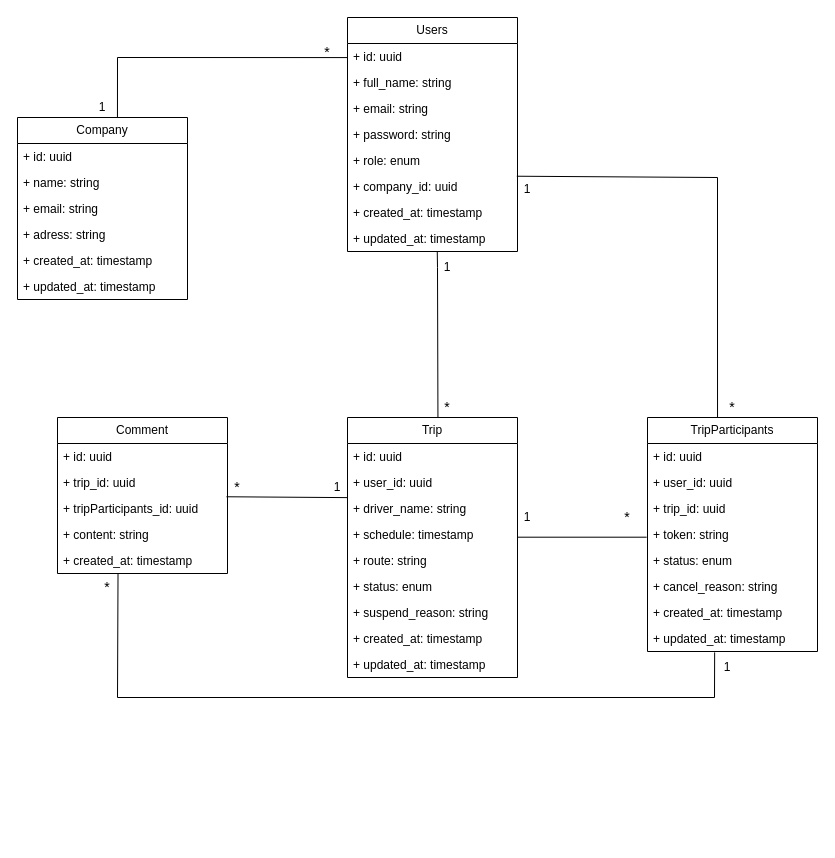
This is carpooling_management_application/carpooling_management_application.drawio from adoumasseo/UML-Modeling, a draw.io file, before an edit. Source tidied: cells renumbered, new cells numbered last; positions are measured from the earlier drawing's top-left corner, leaving out a move shared by most shapes. Both pictures are drawn from the tidied source at 100%, with x=0, y=0 at pixel (17, 17).
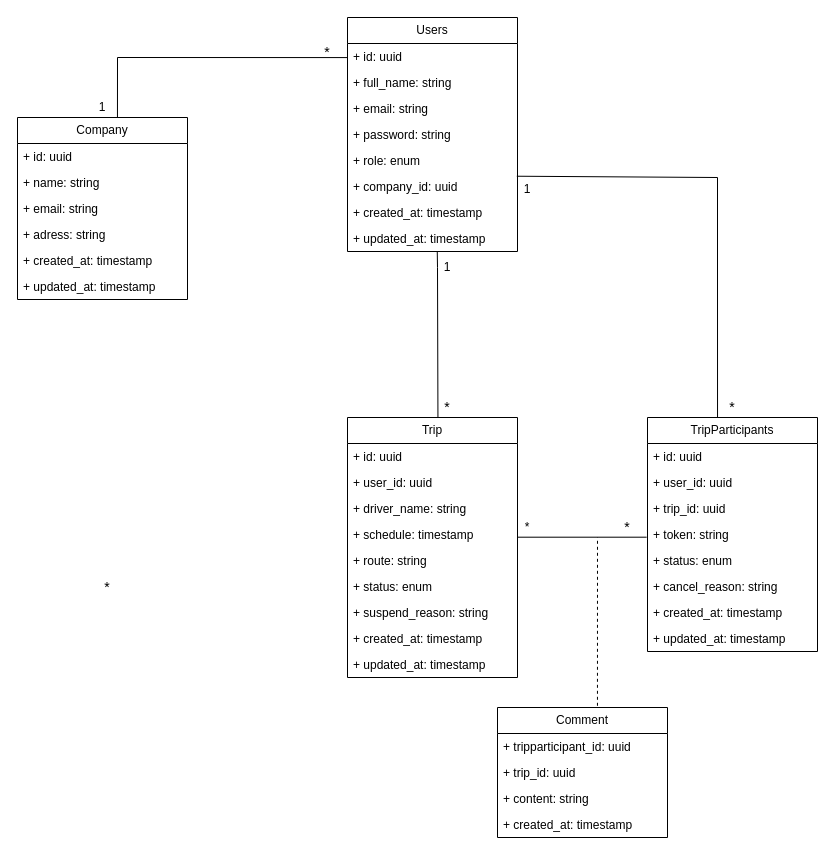
After the change.

Commit message:
Mettre à jour carpooling_management_application.drawio

Unchanged cells that the change refers to:
```xml
<mxCell id="24" value="+&amp;nbsp;driver_name: string" style="text;strokeColor=none;fillColor=none;align=left;verticalAlign=top;spacingLeft=4;spacingRight=4;overflow=hidden;points=[[0,0.5],[1,0.5]];portConstraint=eastwest;whiteSpace=wrap;html=1;" parent="21" vertex="1">
  <mxGeometry y="78" width="170" height="26" as="geometry" />
</mxCell>
<mxCell id="42" value="+ updated_at: timestamp" style="text;strokeColor=none;fillColor=none;align=left;verticalAlign=top;spacingLeft=4;spacingRight=4;overflow=hidden;points=[[0,0.5],[1,0.5]];portConstraint=eastwest;whiteSpace=wrap;html=1;" parent="34" vertex="1">
  <mxGeometry y="208" width="170" height="26" as="geometry" />
</mxCell>
```

Diff of the diagram source:
```diff
@@
-    <mxCell id="44" value="1" style="text;html=1;align=center;verticalAlign=middle;whiteSpace=wrap;rounded=0;" parent="1" vertex="1">
-      <mxGeometry x="500" y="490" width="20" height="20" as="geometry" />
+    <mxCell id="44" value="*" style="text;html=1;align=center;verticalAlign=middle;whiteSpace=wrap;rounded=0;" parent="1" vertex="1">
+      <mxGeometry x="500" y="500" width="20" height="20" as="geometry" />
     </mxCell>
     <mxCell id="45" value="&lt;font style=&quot;font-size: 14px;&quot;&gt;*&lt;/font&gt;" style="text;html=1;align=center;verticalAlign=middle;whiteSpace=wrap;rounded=0;" parent="1" vertex="1">
-      <mxGeometry x="600" y="490" width="20" height="20" as="geometry" />
+      <mxGeometry x="600" y="500" width="20" height="20" as="geometry" />
     </mxCell>
@@
     <mxCell id="49" value="Comment" style="swimlane;fontStyle=0;horizontal=1;startSize=26;fillColor=none;whiteSpace=wrap;html=1;" parent="1" vertex="1">
-      <mxGeometry x="40" y="400" width="170" height="156" as="geometry" />
+      <mxGeometry x="480" y="690" width="170" height="130" as="geometry" />
     </mxCell>
-    <mxCell id="50" value="+ id: uuid" style="text;strokeColor=none;fillColor=none;align=left;verticalAlign=top;spacingLeft=4;spacingRight=4;overflow=hidden;whiteSpace=wrap;html=1;" parent="49" vertex="1">
+    <mxCell id="50" value="+ tripparticipant_id: uuid" style="text;strokeColor=none;fillColor=none;align=left;verticalAlign=top;spacingLeft=4;spacingRight=4;overflow=hidden;whiteSpace=wrap;html=1;" parent="49" vertex="1">
       <mxGeometry y="26" width="170" height="26" as="geometry" />
     </mxCell>
@@
-    <mxCell id="52" value="+ tripParticipants_id: uuid" style="text;strokeColor=none;fillColor=none;align=left;verticalAlign=top;spacingLeft=4;spacingRight=4;overflow=hidden;points=[[0,0.5],[1,0.5]];portConstraint=eastwest;whiteSpace=wrap;html=1;" parent="49" vertex="1">
-      <mxGeometry y="78" width="170" height="26" as="geometry" />
-    </mxCell>
     <mxCell id="53" value="+&amp;nbsp;content: string" style="text;strokeColor=none;fillColor=none;align=left;verticalAlign=top;spacingLeft=4;spacingRight=4;overflow=hidden;whiteSpace=wrap;html=1;" parent="49" vertex="1">
-      <mxGeometry y="104" width="170" height="26" as="geometry" />
+      <mxGeometry y="78" width="170" height="26" as="geometry" />
     </mxCell>
     <mxCell id="54" value="+ created_at: timestamp" style="text;strokeColor=none;fillColor=none;align=left;verticalAlign=top;spacingLeft=4;spacingRight=4;overflow=hidden;points=[[0,0.5],[1,0.5]];portConstraint=eastwest;whiteSpace=wrap;html=1;" parent="49" vertex="1">
-      <mxGeometry y="130" width="170" height="26" as="geometry" />
+      <mxGeometry y="104" width="170" height="26" as="geometry" />
     </mxCell>
-    <mxCell id="55" style="endArrow=none;html=1;rounded=0;entryX=-0.001;entryY=0.081;entryDx=0;entryDy=0;exitX=0.994;exitY=0.049;exitDx=0;exitDy=0;exitPerimeter=0;entryPerimeter=0;" parent="1" edge="1" source="52" target="24">
-      <mxGeometry relative="1" as="geometry" />
-    </mxCell>
-    <mxCell id="56" value="1" style="text;html=1;align=center;verticalAlign=middle;whiteSpace=wrap;rounded=0;" parent="1" vertex="1">
-      <mxGeometry x="310" y="460" width="20" height="20" as="geometry" />
-    </mxCell>
-    <mxCell id="57" value="&lt;font style=&quot;font-size: 14px;&quot;&gt;*&lt;/font&gt;" style="text;html=1;align=center;verticalAlign=middle;whiteSpace=wrap;rounded=0;" parent="1" vertex="1">
-      <mxGeometry x="210" y="460" width="20" height="20" as="geometry" />
-    </mxCell>
-    <mxCell id="58" style="endArrow=none;html=1;rounded=0;entryX=0.395;entryY=1.034;entryDx=0;entryDy=0;exitX=0.356;exitY=1;exitDx=0;exitDy=0;exitPerimeter=0;entryPerimeter=0;" parent="1" edge="1" source="54" target="42">
-      <mxGeometry relative="1" as="geometry">
-        <Array as="points">
-          <mxPoint x="100" y="680" />
-          <mxPoint x="697" y="680" />
-        </Array>
-      </mxGeometry>
-    </mxCell>
-    <mxCell id="59" value="1" style="text;html=1;align=center;verticalAlign=middle;whiteSpace=wrap;rounded=0;" parent="1" vertex="1">
-      <mxGeometry x="700" y="640" width="20" height="20" as="geometry" />
-    </mxCell>
@@
+    <mxCell id="61" style="endArrow=none;dashed=1;html=1;rounded=0;exitX=0.588;exitY=-0.013;exitDx=0;exitDy=0;exitPerimeter=0;" parent="1" edge="1" source="49">
+      <mxGeometry relative="1" as="geometry">
+        <mxPoint x="580" y="520" as="targetPoint" />
+      </mxGeometry>
+    </mxCell>
```
